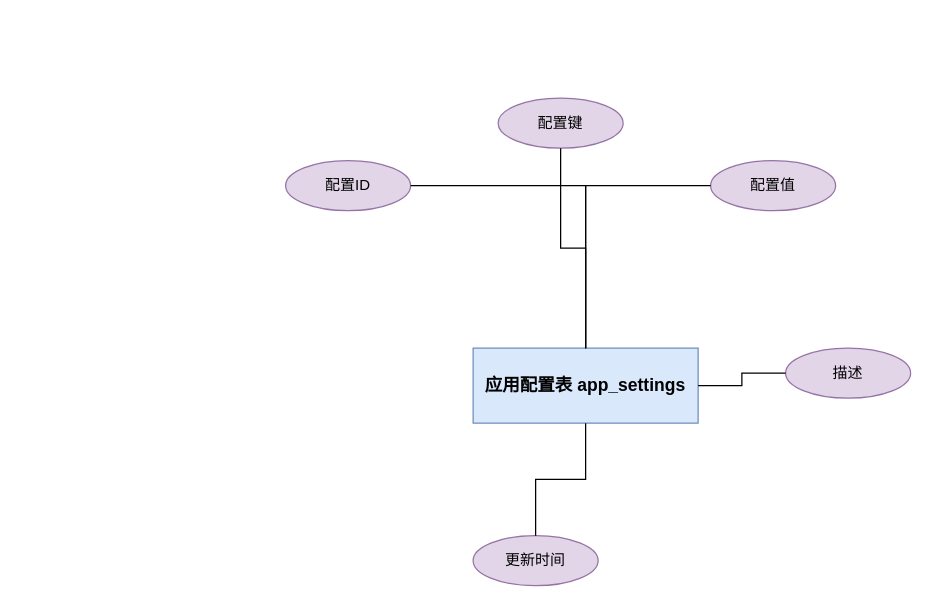
This is DOCS/architecture-diagrams/sources/应用设置表.drawio from 612cs/TrailQuest, a draw.io file, before an edit. Source tidied: cells renumbered, new cells numbered last; positions are measured from the earlier drawing's top-left corner, leaving out a move shared by most shapes. Both pictures are drawn from the tidied source at 125%, with x=0, y=0 at pixel (285, 98).
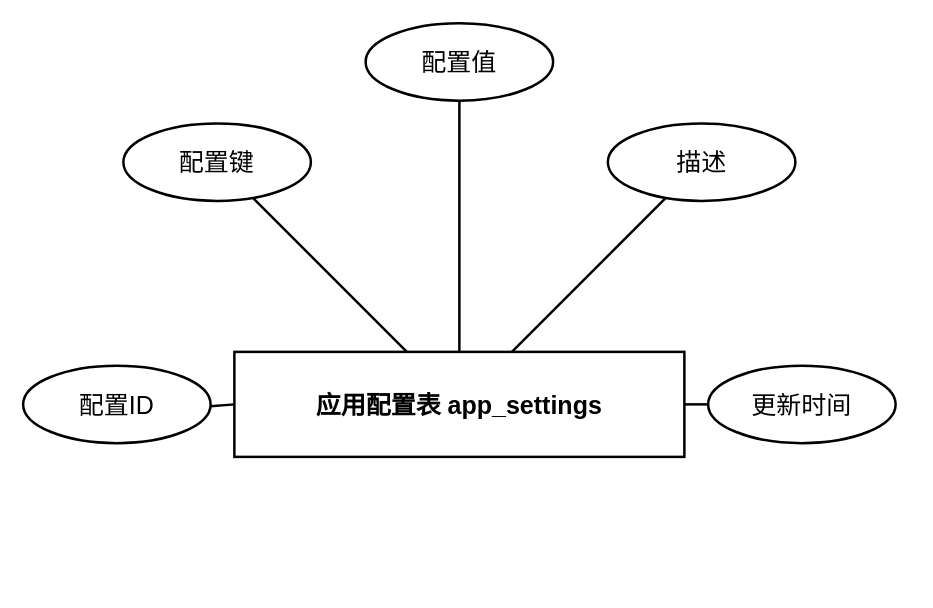
Above is the later version.

Change to the diagram source:
```diff
@@
 <mxGraphModel>
   <root>
     <mxCell id="0" />
     <mxCell id="1" parent="0" />
-    <mxCell id="2" value="应用配置表 app_settings" style="rounded=0;whiteSpace=wrap;html=1;fillColor=#dae8fc;strokeColor=#6c8ebf;fontSize=14;fontStyle=1;" parent="1" vertex="1">
-      <mxGeometry x="150" y="200" width="180" height="60" as="geometry" />
+    <mxCell id="2" value="应用配置表 app_settings" style="rounded=0;whiteSpace=wrap;html=1;fillColor=none;strokeColor=#000000;fontSize=20;fontStyle=1;gradientColor=none;fontColor=#000000;strokeWidth=2;shadow=0;glass=0;" parent="1" vertex="1">
+      <mxGeometry x="-41" y="203" width="360" height="84" as="geometry" />
     </mxCell>
-    <mxCell id="3" value="配置ID" style="ellipse;whiteSpace=wrap;html=1;fillColor=#e1d5e7;strokeColor=#9673a6;" parent="1" vertex="1">
-      <mxGeometry y="50" width="100" height="40" as="geometry" />
+    <mxCell id="3" value="配置ID" style="ellipse;whiteSpace=wrap;html=1;fillColor=none;strokeColor=#000000;gradientColor=none;fontColor=#000000;fontSize=20;strokeWidth=2;shadow=0;glass=0;" parent="1" vertex="1">
+      <mxGeometry x="-210" y="214" width="150" height="62" as="geometry" />
     </mxCell>
-    <mxCell id="4" style="edgeStyle=orthogonalEdgeStyle;rounded=0;jettySize=auto;html=1;endArrow=none;endFill=0;" parent="1" edge="1" source="3" target="2">
+    <mxCell id="4" style="rounded=0;html=1;endArrow=none;endFill=0;strokeColor=#000000;strokeWidth=2;" parent="1" edge="1" source="3" target="2">
       <mxGeometry relative="1" as="geometry" />
     </mxCell>
-    <mxCell id="5" value="配置键" style="ellipse;whiteSpace=wrap;html=1;fillColor=#e1d5e7;strokeColor=#9673a6;" parent="1" vertex="1">
-      <mxGeometry x="170" width="100" height="40" as="geometry" />
+    <mxCell id="5" value="配置键" style="ellipse;whiteSpace=wrap;html=1;fillColor=none;strokeColor=#000000;gradientColor=none;fontColor=#000000;fontSize=20;strokeWidth=2;shadow=0;glass=0;" parent="1" vertex="1">
+      <mxGeometry x="-129.8" y="20.2" width="150" height="62" as="geometry" />
     </mxCell>
-    <mxCell id="6" style="edgeStyle=orthogonalEdgeStyle;rounded=0;jettySize=auto;html=1;endArrow=none;endFill=0;" parent="1" edge="1" source="5" target="2">
+    <mxCell id="6" style="rounded=0;html=1;endArrow=none;endFill=0;strokeColor=#000000;strokeWidth=2;" parent="1" edge="1" source="5" target="2">
       <mxGeometry relative="1" as="geometry" />
     </mxCell>
-    <mxCell id="7" value="配置值" style="ellipse;whiteSpace=wrap;html=1;fillColor=#e1d5e7;strokeColor=#9673a6;" parent="1" vertex="1">
-      <mxGeometry x="340" y="50" width="100" height="40" as="geometry" />
+    <mxCell id="7" value="配置值" style="ellipse;whiteSpace=wrap;html=1;fillColor=none;strokeColor=#000000;gradientColor=none;fontColor=#000000;fontSize=20;strokeWidth=2;shadow=0;glass=0;" parent="1" vertex="1">
+      <mxGeometry x="64" y="-60" width="150" height="62" as="geometry" />
     </mxCell>
-    <mxCell id="8" style="edgeStyle=orthogonalEdgeStyle;rounded=0;jettySize=auto;html=1;endArrow=none;endFill=0;" parent="1" edge="1" source="7" target="2">
+    <mxCell id="8" style="rounded=0;html=1;endArrow=none;endFill=0;strokeColor=#000000;strokeWidth=2;" parent="1" edge="1" source="7" target="2">
       <mxGeometry relative="1" as="geometry" />
     </mxCell>
-    <mxCell id="9" value="描述" style="ellipse;whiteSpace=wrap;html=1;fillColor=#e1d5e7;strokeColor=#9673a6;" parent="1" vertex="1">
-      <mxGeometry x="400" y="200" width="100" height="40" as="geometry" />
+    <mxCell id="9" value="描述" style="ellipse;whiteSpace=wrap;html=1;fillColor=none;strokeColor=#000000;gradientColor=none;fontColor=#000000;fontSize=20;strokeWidth=2;shadow=0;glass=0;" parent="1" vertex="1">
+      <mxGeometry x="257.8" y="20.2" width="150" height="62" as="geometry" />
     </mxCell>
-    <mxCell id="10" style="edgeStyle=orthogonalEdgeStyle;rounded=0;jettySize=auto;html=1;endArrow=none;endFill=0;" parent="1" edge="1" source="9" target="2">
+    <mxCell id="10" style="rounded=0;html=1;endArrow=none;endFill=0;strokeColor=#000000;strokeWidth=2;" parent="1" edge="1" source="9" target="2">
       <mxGeometry relative="1" as="geometry" />
     </mxCell>
-    <mxCell id="11" value="更新时间" style="ellipse;whiteSpace=wrap;html=1;fillColor=#e1d5e7;strokeColor=#9673a6;" parent="1" vertex="1">
-      <mxGeometry x="150" y="350" width="100" height="40" as="geometry" />
+    <mxCell id="11" value="更新时间" style="ellipse;whiteSpace=wrap;html=1;fillColor=none;strokeColor=#000000;gradientColor=none;fontColor=#000000;fontSize=20;strokeWidth=2;shadow=0;glass=0;" parent="1" vertex="1">
+      <mxGeometry x="338" y="214" width="150" height="62" as="geometry" />
     </mxCell>
-    <mxCell id="12" style="edgeStyle=orthogonalEdgeStyle;rounded=0;jettySize=auto;html=1;endArrow=none;endFill=0;" parent="1" edge="1" source="11" target="2">
+    <mxCell id="12" style="rounded=0;html=1;endArrow=none;endFill=0;strokeColor=#000000;strokeWidth=2;" parent="1" edge="1" source="11" target="2">
       <mxGeometry relative="1" as="geometry" />
     </mxCell>
   </root>
 </mxGraphModel>
```
